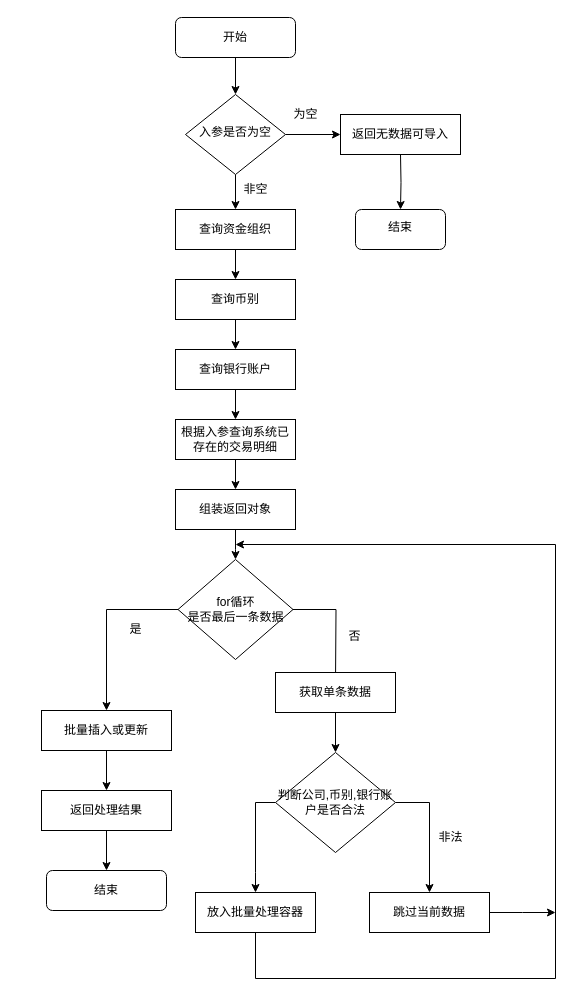
Above: transdetail.drawio in Alphathur/diagram (draw.io), before the change. Source tidied: cells renumbered, new cells numbered last; positions are measured from the earlier drawing's top-left corner, leaving out a move shared by most shapes. Both pictures are drawn from the tidied source at 100%, with x=0, y=0 at pixel (41, 17).
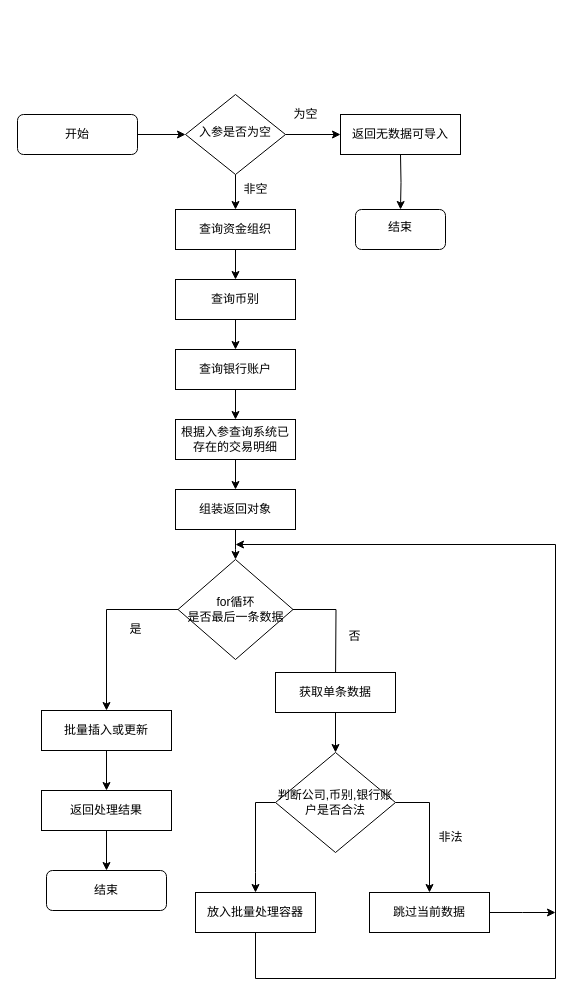
The same diagram, later.

Unchanged cells that the change refers to:
```xml
<mxCell id="6" value="入参是否为空" style="rhombus;whiteSpace=wrap;html=1;shadow=0;fontFamily=Helvetica;fontSize=12;align=center;strokeWidth=1;spacing=6;spacingTop=-4;" parent="1" vertex="1">
  <mxGeometry x="144" y="77" width="100" height="80" as="geometry" />
</mxCell>
```

Diff of the diagram source:
```diff
@@
-    <mxCell id="2" style="edgeStyle=orthogonalEdgeStyle;rounded=0;jettySize=auto;html=1;entryX=0.5;entryY=0;entryDx=0;entryDy=0;" parent="1" edge="1" source="3" target="6">
+    <mxCell id="2" style="edgeStyle=orthogonalEdgeStyle;rounded=0;jettySize=auto;html=1;entryX=0;entryY=0.5;entryDx=0;entryDy=0;" parent="1" edge="1" source="3" target="6">
       <mxGeometry relative="1" as="geometry" />
     </mxCell>
     <mxCell id="3" value="开始" style="rounded=1;whiteSpace=wrap;html=1;fontSize=12;glass=0;strokeWidth=1;shadow=0;" parent="1" vertex="1">
-      <mxGeometry x="134" width="120" height="40" as="geometry" />
+      <mxGeometry x="-24" y="97" width="120" height="40" as="geometry" />
     </mxCell>
```
